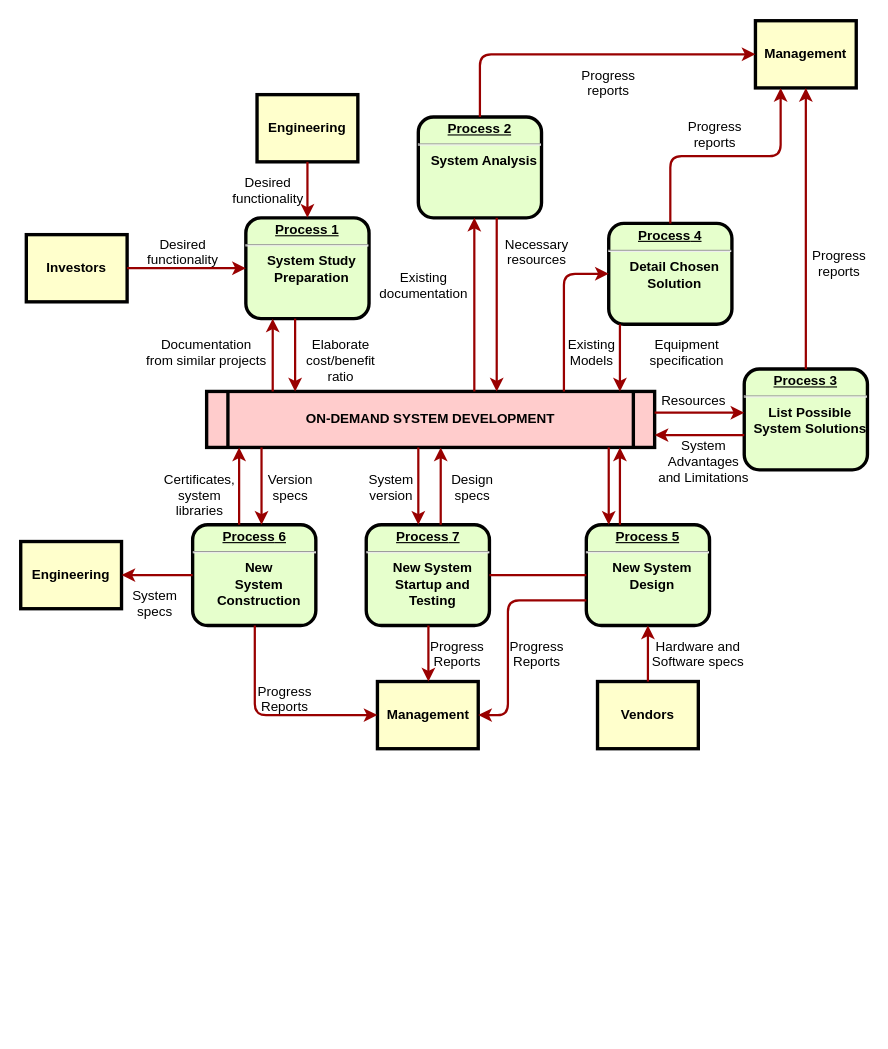
Before: 未命名绘图.drawio in maxlucky2jimmy/JimmyLearn, a draw.io diagram. Source tidied: cells renumbered, new cells numbered last; positions are measured from the earlier drawing's top-left corner, leaving out a move shared by most shapes. Both pictures are drawn from the tidied source at 112%, with x=0, y=0 at pixel (20, 20).
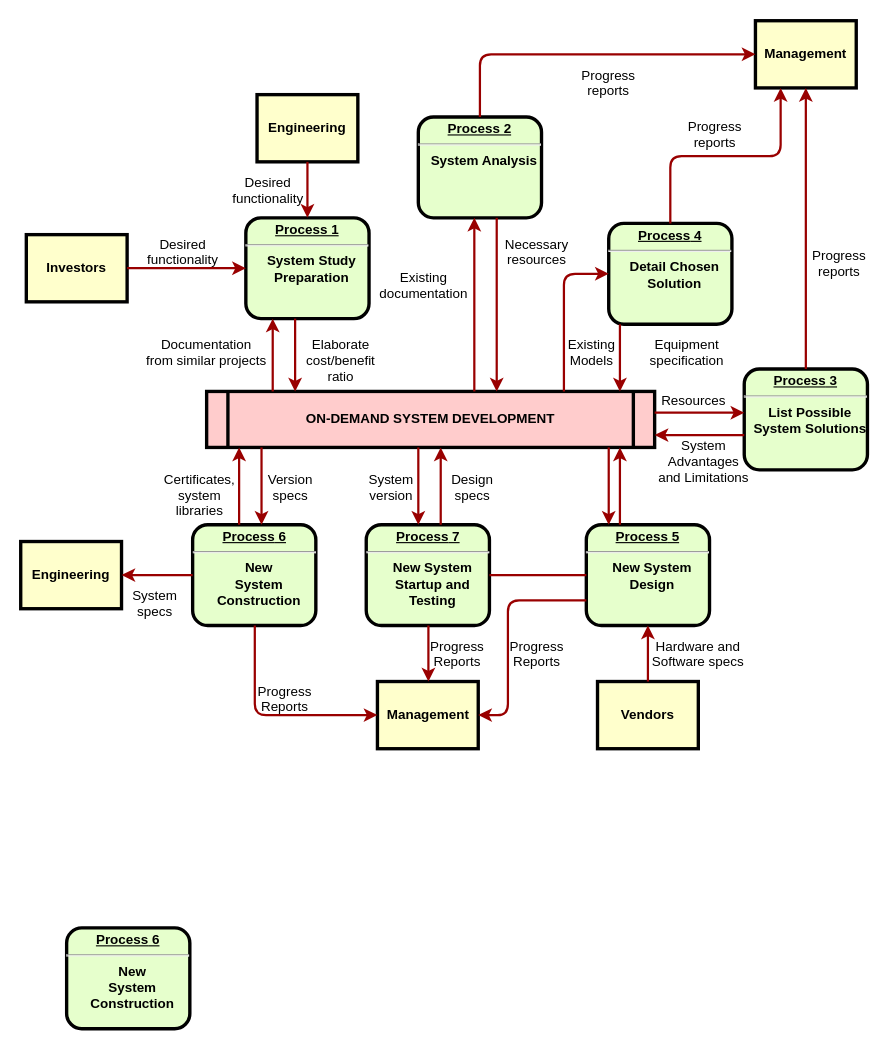
The same diagram, later.

The edit, as a diff of the source:
```diff
@@
+    <mxCell id="63" value="&lt;p style=&quot;margin: 0px; margin-top: 4px; text-align: center; text-decoration: underline;&quot;&gt;&lt;strong&gt;&lt;strong&gt;Process&lt;/strong&gt; 6&lt;br /&gt;&lt;/strong&gt;&lt;/p&gt;&lt;hr /&gt;&lt;p style=&quot;margin: 0px; margin-left: 8px;&quot;&gt;New&lt;/p&gt;&lt;p style=&quot;margin: 0px; margin-left: 8px;&quot;&gt;System&lt;/p&gt;&lt;p style=&quot;margin: 0px; margin-left: 8px;&quot;&gt;Construction&lt;/p&gt;" style="verticalAlign=middle;align=center;overflow=fill;fontSize=12;fontFamily=Helvetica;html=1;rounded=1;fontStyle=1;strokeWidth=3;fillColor=#E6FFCC;" parent="1" vertex="1">
+      <mxGeometry x="41" y="810" width="110" height="90" as="geometry" />
+    </mxCell>
```
